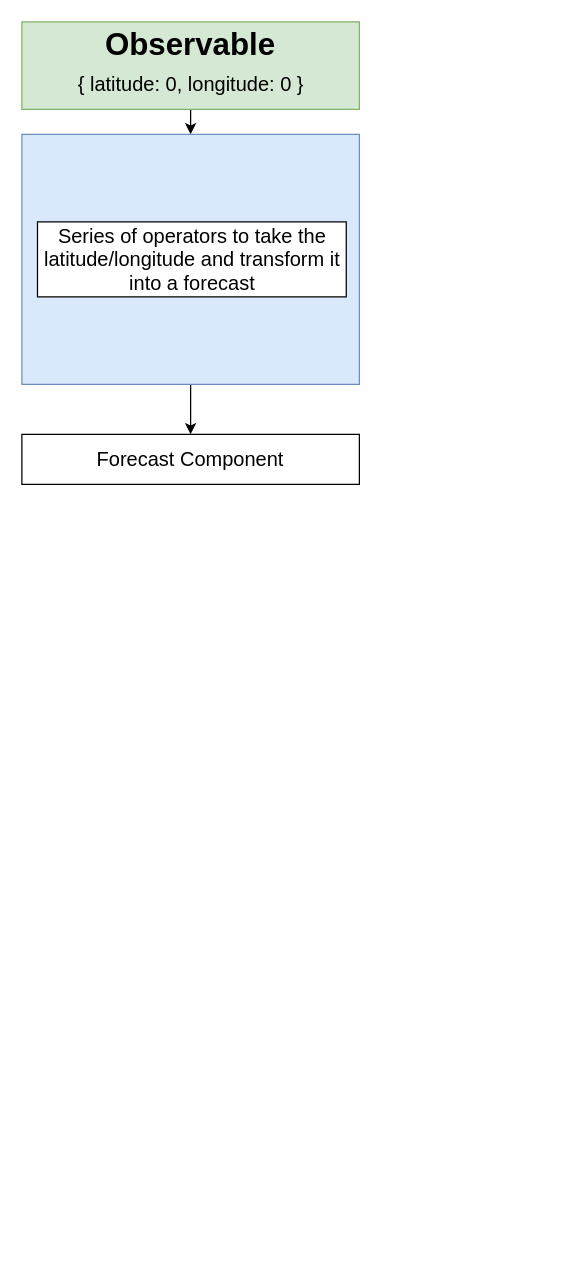
Earlier version of the draw.io diagram page "08 - method" (11 of 12) of diagrams.drawio (StephenGrider/ng-casts). Source tidied: cells renumbered, new cells numbered last; positions are measured from the earlier drawing's top-left corner, leaving out a move shared by most shapes. Both pictures are drawn from the tidied source at 125%, with x=0, y=0 at pixel (21, 21).
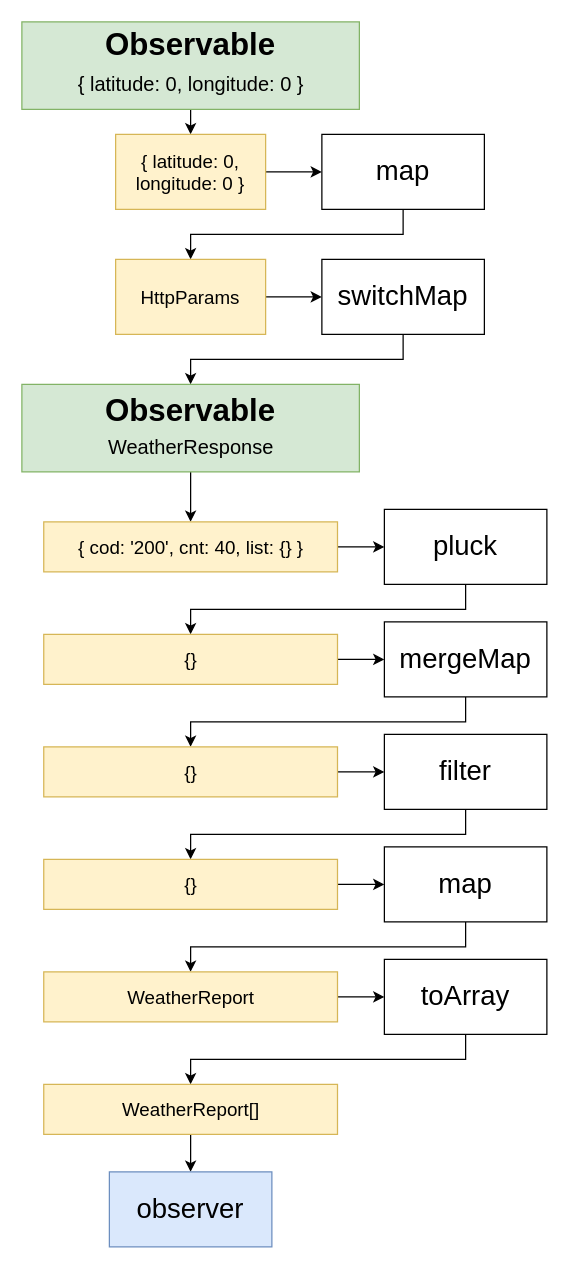
After the change.

Diff of the diagram source:
```diff
@@
-    <mxCell id="6" style="edgeStyle=orthogonalEdgeStyle;rounded=0;jettySize=auto;html=1;exitX=0.5;exitY=1;exitDx=0;exitDy=0;fontSize=16;fontColor=#000000;" parent="1" edge="1" source="7" target="8">
-      <mxGeometry relative="1" as="geometry" />
-    </mxCell>
-    <mxCell id="7" style="rounded=0;whiteSpace=wrap;html=1;fontSize=16;align=center;fillColor=#dae8fc;strokeColor=#6c8ebf;" parent="1" vertex="1">
-      <mxGeometry y="90" width="270" height="200" as="geometry" />
-    </mxCell>
-    <mxCell id="8" value="Forecast Component" style="rounded=0;whiteSpace=wrap;html=1;fontSize=16;fontColor=#000000;align=center;" parent="1" vertex="1">
-      <mxGeometry y="330" width="270" height="40" as="geometry" />
-    </mxCell>
+    <mxCell id="10" style="edgeStyle=orthogonalEdgeStyle;rounded=0;jettySize=auto;html=1;exitX=0.5;exitY=1;exitDx=0;exitDy=0;fontSize=22;fontColor=#000000;" parent="1" edge="1" source="9" target="14">
+      <mxGeometry relative="1" as="geometry" />
+    </mxCell>
-    <mxCell id="9" value="Series of operators to take the latitude/longitude and transform it into a forecast" style="rounded=0;whiteSpace=wrap;html=1;fontSize=16;fontColor=#000000;align=center;" parent="1" vertex="1">
-      <mxGeometry x="12.5" y="160" width="247" height="60" as="geometry" />
+    <mxCell id="9" value="map" style="rounded=0;whiteSpace=wrap;html=1;fontSize=22;fontColor=#000000;align=center;" parent="1" vertex="1">
+      <mxGeometry x="240" y="90" width="130" height="60" as="geometry" />
     </mxCell>
+    <mxCell id="11" style="edgeStyle=orthogonalEdgeStyle;rounded=0;jettySize=auto;html=1;exitX=1;exitY=0.5;exitDx=0;exitDy=0;fontSize=15;fontColor=#000000;" parent="1" edge="1" source="12" target="9">
+      <mxGeometry relative="1" as="geometry" />
+    </mxCell>
+    <mxCell id="12" value="{ latitude: 0, longitude: 0 }" style="rounded=0;whiteSpace=wrap;html=1;fontSize=15;align=center;fillColor=#fff2cc;strokeColor=#d6b656;" parent="1" vertex="1">
+      <mxGeometry x="75" y="90" width="120" height="60" as="geometry" />
+    </mxCell>
+    <mxCell id="13" style="edgeStyle=orthogonalEdgeStyle;rounded=0;jettySize=auto;html=1;exitX=1;exitY=0.5;exitDx=0;exitDy=0;entryX=0;entryY=0.5;entryDx=0;entryDy=0;fontSize=22;fontColor=#000000;" parent="1" edge="1" source="14" target="16">
+      <mxGeometry relative="1" as="geometry" />
+    </mxCell>
+    <mxCell id="14" value="HttpParams" style="rounded=0;whiteSpace=wrap;html=1;fontSize=15;align=center;fillColor=#fff2cc;strokeColor=#d6b656;" parent="1" vertex="1">
+      <mxGeometry x="75" y="190" width="120" height="60" as="geometry" />
+    </mxCell>
+    <mxCell id="15" style="edgeStyle=orthogonalEdgeStyle;rounded=0;jettySize=auto;html=1;exitX=0.5;exitY=1;exitDx=0;exitDy=0;fontSize=22;fontColor=#000000;" parent="1" edge="1" source="16" target="18">
+      <mxGeometry relative="1" as="geometry" />
+    </mxCell>
+    <mxCell id="16" value="switchMap" style="rounded=0;whiteSpace=wrap;html=1;fontSize=22;fontColor=#000000;align=center;" parent="1" vertex="1">
+      <mxGeometry x="240" y="190" width="130" height="60" as="geometry" />
+    </mxCell>
+    <mxCell id="17" style="edgeStyle=orthogonalEdgeStyle;rounded=0;jettySize=auto;html=1;exitX=0.5;exitY=1;exitDx=0;exitDy=0;fontSize=22;fontColor=#000000;" parent="1" edge="1" source="18" target="22">
+      <mxGeometry relative="1" as="geometry" />
+    </mxCell>
+    <mxCell id="18" style="rounded=0;whiteSpace=wrap;html=1;fontSize=25;align=center;fillColor=#d5e8d4;strokeColor=#82b366;" parent="1" vertex="1">
+      <mxGeometry y="290" width="270" height="70" as="geometry" />
+    </mxCell>
+    <mxCell id="19" value="Observable" style="text;html=1;strokeColor=none;fillColor=none;align=center;verticalAlign=middle;whiteSpace=wrap;rounded=0;fontSize=25;fontColor=#000000;fontStyle=1;" parent="1" vertex="1">
+      <mxGeometry x="115" y="300" width="40" height="20" as="geometry" />
+    </mxCell>
+    <mxCell id="20" value="WeatherResponse" style="text;html=1;strokeColor=none;fillColor=none;align=center;verticalAlign=middle;whiteSpace=wrap;rounded=0;fontSize=16;fontColor=#000000;" parent="1" vertex="1">
+      <mxGeometry x="12.5" y="330" width="245" height="20" as="geometry" />
+    </mxCell>
+    <mxCell id="21" style="edgeStyle=orthogonalEdgeStyle;rounded=0;jettySize=auto;html=1;exitX=1;exitY=0.5;exitDx=0;exitDy=0;fontSize=22;fontColor=#000000;" parent="1" edge="1" source="22" target="24">
+      <mxGeometry relative="1" as="geometry" />
+    </mxCell>
+    <mxCell id="22" value="{ cod: '200', cnt: 40, list: {} }" style="rounded=0;whiteSpace=wrap;html=1;fontSize=15;align=center;fillColor=#fff2cc;strokeColor=#d6b656;" parent="1" vertex="1">
+      <mxGeometry x="17.5" y="400" width="235" height="40" as="geometry" />
+    </mxCell>
+    <mxCell id="23" style="edgeStyle=orthogonalEdgeStyle;rounded=0;jettySize=auto;html=1;exitX=0.5;exitY=1;exitDx=0;exitDy=0;fontSize=22;fontColor=#000000;" parent="1" edge="1" source="24" target="26">
+      <mxGeometry relative="1" as="geometry" />
+    </mxCell>
+    <mxCell id="24" value="pluck" style="rounded=0;whiteSpace=wrap;html=1;fontSize=22;fontColor=#000000;align=center;" parent="1" vertex="1">
+      <mxGeometry x="290" y="390" width="130" height="60" as="geometry" />
+    </mxCell>
+    <mxCell id="25" style="edgeStyle=orthogonalEdgeStyle;rounded=0;jettySize=auto;html=1;exitX=1;exitY=0.5;exitDx=0;exitDy=0;fontSize=22;fontColor=#000000;" parent="1" edge="1" source="26" target="28">
+      <mxGeometry relative="1" as="geometry" />
+    </mxCell>
+    <mxCell id="26" value="{}" style="rounded=0;whiteSpace=wrap;html=1;fontSize=15;align=center;fillColor=#fff2cc;strokeColor=#d6b656;" parent="1" vertex="1">
+      <mxGeometry x="17.5" y="490" width="235" height="40" as="geometry" />
+    </mxCell>
+    <mxCell id="27" style="edgeStyle=orthogonalEdgeStyle;rounded=0;jettySize=auto;html=1;exitX=0.5;exitY=1;exitDx=0;exitDy=0;fontSize=22;fontColor=#000000;" parent="1" edge="1" source="28" target="30">
+      <mxGeometry relative="1" as="geometry" />
+    </mxCell>
+    <mxCell id="28" value="mergeMap" style="rounded=0;whiteSpace=wrap;html=1;fontSize=22;fontColor=#000000;align=center;" parent="1" vertex="1">
+      <mxGeometry x="290" y="480" width="130" height="60" as="geometry" />
+    </mxCell>
+    <mxCell id="29" style="edgeStyle=orthogonalEdgeStyle;rounded=0;jettySize=auto;html=1;exitX=1;exitY=0.5;exitDx=0;exitDy=0;fontSize=22;fontColor=#000000;" parent="1" edge="1" source="30" target="32">
+      <mxGeometry relative="1" as="geometry" />
+    </mxCell>
+    <mxCell id="30" value="{}" style="rounded=0;whiteSpace=wrap;html=1;fontSize=15;align=center;fillColor=#fff2cc;strokeColor=#d6b656;" parent="1" vertex="1">
+      <mxGeometry x="17.5" y="580" width="235" height="40" as="geometry" />
+    </mxCell>
+    <mxCell id="31" style="edgeStyle=orthogonalEdgeStyle;rounded=0;jettySize=auto;html=1;exitX=0.5;exitY=1;exitDx=0;exitDy=0;fontSize=22;fontColor=#000000;" parent="1" edge="1" source="32" target="34">
+      <mxGeometry relative="1" as="geometry" />
+    </mxCell>
+    <mxCell id="32" value="filter" style="rounded=0;whiteSpace=wrap;html=1;fontSize=22;fontColor=#000000;align=center;" parent="1" vertex="1">
+      <mxGeometry x="290" y="570" width="130" height="60" as="geometry" />
+    </mxCell>
+    <mxCell id="33" style="edgeStyle=orthogonalEdgeStyle;rounded=0;jettySize=auto;html=1;exitX=1;exitY=0.5;exitDx=0;exitDy=0;fontSize=22;fontColor=#000000;" parent="1" edge="1" source="34" target="36">
+      <mxGeometry relative="1" as="geometry" />
+    </mxCell>
+    <mxCell id="34" value="{}" style="rounded=0;whiteSpace=wrap;html=1;fontSize=15;align=center;fillColor=#fff2cc;strokeColor=#d6b656;" parent="1" vertex="1">
+      <mxGeometry x="17.5" y="670" width="235" height="40" as="geometry" />
+    </mxCell>
+    <mxCell id="35" style="edgeStyle=orthogonalEdgeStyle;rounded=0;jettySize=auto;html=1;exitX=0.5;exitY=1;exitDx=0;exitDy=0;fontSize=22;fontColor=#000000;" parent="1" edge="1" source="36" target="38">
+      <mxGeometry relative="1" as="geometry" />
+    </mxCell>
+    <mxCell id="36" value="map" style="rounded=0;whiteSpace=wrap;html=1;fontSize=22;fontColor=#000000;align=center;" parent="1" vertex="1">
+      <mxGeometry x="290" y="660" width="130" height="60" as="geometry" />
+    </mxCell>
+    <mxCell id="37" style="edgeStyle=orthogonalEdgeStyle;rounded=0;jettySize=auto;html=1;exitX=1;exitY=0.5;exitDx=0;exitDy=0;fontSize=22;fontColor=#000000;" parent="1" edge="1" source="38" target="40">
+      <mxGeometry relative="1" as="geometry" />
+    </mxCell>
+    <mxCell id="38" value="WeatherReport" style="rounded=0;whiteSpace=wrap;html=1;fontSize=15;align=center;fillColor=#fff2cc;strokeColor=#d6b656;" parent="1" vertex="1">
+      <mxGeometry x="17.5" y="760" width="235" height="40" as="geometry" />
+    </mxCell>
+    <mxCell id="39" style="edgeStyle=orthogonalEdgeStyle;rounded=0;jettySize=auto;html=1;exitX=0.5;exitY=1;exitDx=0;exitDy=0;fontSize=22;fontColor=#000000;" parent="1" edge="1" source="40" target="42">
+      <mxGeometry relative="1" as="geometry" />
+    </mxCell>
+    <mxCell id="40" value="toArray" style="rounded=0;whiteSpace=wrap;html=1;fontSize=22;fontColor=#000000;align=center;" parent="1" vertex="1">
+      <mxGeometry x="290" y="750" width="130" height="60" as="geometry" />
+    </mxCell>
+    <mxCell id="41" style="edgeStyle=orthogonalEdgeStyle;rounded=0;jettySize=auto;html=1;exitX=0.5;exitY=1;exitDx=0;exitDy=0;fontSize=22;fontColor=#000000;" parent="1" edge="1" source="42">
+      <mxGeometry relative="1" as="geometry">
+        <mxPoint x="135" y="920" as="targetPoint" />
+      </mxGeometry>
+    </mxCell>
+    <mxCell id="42" value="WeatherReport[]" style="rounded=0;whiteSpace=wrap;html=1;fontSize=15;align=center;fillColor=#fff2cc;strokeColor=#d6b656;" parent="1" vertex="1">
+      <mxGeometry x="17.5" y="850" width="235" height="40" as="geometry" />
+    </mxCell>
+    <mxCell id="43" value="observer" style="rounded=0;whiteSpace=wrap;html=1;fontSize=22;align=center;fillColor=#dae8fc;strokeColor=#6c8ebf;" parent="1" vertex="1">
+      <mxGeometry x="70" y="920" width="130" height="60" as="geometry" />
+    </mxCell>
```
